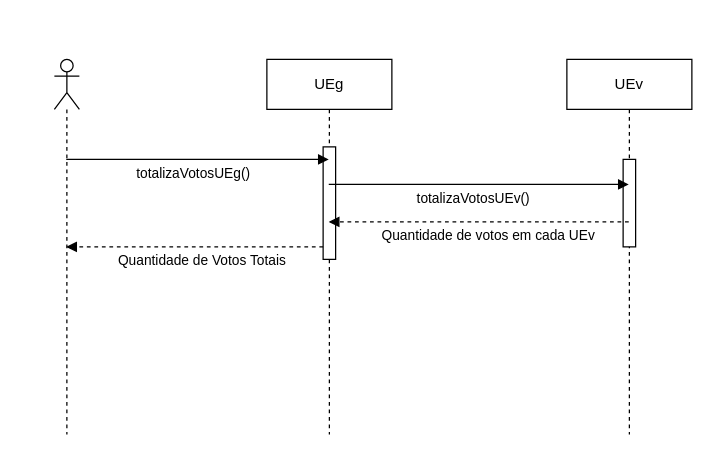
Earlier version of the draw.io diagram Lab03- Diagrama de Sequencias/Divulgar_Resultado.drawio (HenriqueFinatti/Modelagem-De-Software-Orientado-a-Objetos). Source tidied: cells renumbered, new cells numbered last; positions are measured from the earlier drawing's top-left corner, leaving out a move shared by most shapes. Both pictures are drawn from the tidied source at 125%, with x=0, y=0 at pixel (54, 59).
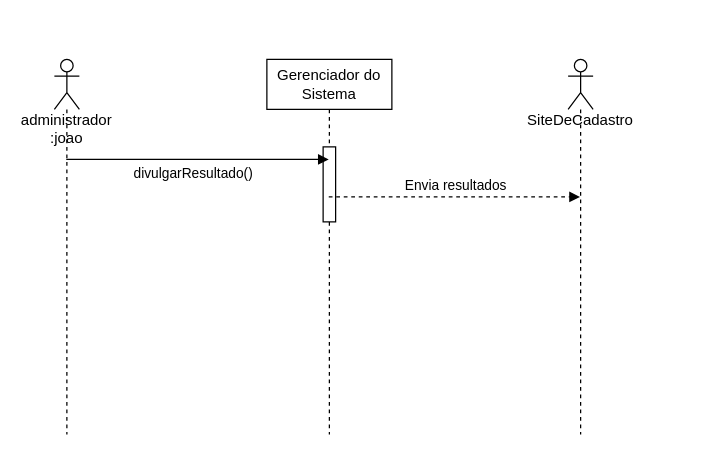
The same diagram, later.

Diff of the diagram source:
```diff
@@
 <mxGraphModel>
   <root>
     <mxCell id="0" />
     <mxCell id="1" parent="0" />
-    <mxCell id="2" value="&lt;div&gt;&lt;br&gt;&lt;/div&gt;" style="shape=umlLifeline;perimeter=lifelinePerimeter;whiteSpace=wrap;html=1;outlineConnect=0;portConstraint=eastwest;newEdgeStyle={&quot;curved&quot;:0,&quot;rounded&quot;:0};participant=umlActor;size=40;" parent="1" vertex="1">
+    <mxCell id="2" value="&lt;div&gt;&lt;br&gt;&lt;/div&gt;&lt;div&gt;&lt;br&gt;&lt;/div&gt;&lt;div&gt;&lt;br&gt;&lt;/div&gt;&lt;div&gt;&lt;span style=&quot;background-color: transparent; color: light-dark(rgb(0, 0, 0), rgb(255, 255, 255));&quot;&gt;&lt;br&gt;&lt;/span&gt;&lt;/div&gt;&lt;div&gt;&lt;span style=&quot;background-color: transparent; color: light-dark(rgb(0, 0, 0), rgb(255, 255, 255));&quot;&gt;&lt;br&gt;&lt;/span&gt;&lt;/div&gt;&lt;div&gt;&lt;span style=&quot;background-color: transparent; color: light-dark(rgb(0, 0, 0), rgb(255, 255, 255));&quot;&gt;administrador :joao&lt;/span&gt;&lt;/div&gt;" style="shape=umlLifeline;perimeter=lifelinePerimeter;whiteSpace=wrap;html=1;outlineConnect=0;portConstraint=eastwest;newEdgeStyle={&quot;curved&quot;:0,&quot;rounded&quot;:0};participant=umlActor;size=40;" parent="1" vertex="1">
       <mxGeometry width="20" height="300" as="geometry" />
     </mxCell>
-    <mxCell id="3" value="UEg" style="shape=umlLifeline;perimeter=lifelinePerimeter;whiteSpace=wrap;html=1;outlineConnect=0;portConstraint=eastwest;newEdgeStyle={&quot;curved&quot;:0,&quot;rounded&quot;:0};" parent="1" vertex="1">
+    <mxCell id="3" value="Gerenciador do Sistema" style="shape=umlLifeline;perimeter=lifelinePerimeter;whiteSpace=wrap;html=1;outlineConnect=0;portConstraint=eastwest;newEdgeStyle={&quot;curved&quot;:0,&quot;rounded&quot;:0};" parent="1" vertex="1">
       <mxGeometry x="170" width="100" height="300" as="geometry" />
     </mxCell>
     <mxCell id="4" style="html=1;points=[[0,0,0,0,5],[0,1,0,0,-5],[1,0,0,0,5],[1,1,0,0,-5]];perimeter=orthogonalPerimeter;outlineConnect=0;targetShapes=umlLifeline;portConstraint=eastwest;newEdgeStyle={&quot;curved&quot;:0,&quot;rounded&quot;:0};" parent="3" vertex="1">
-      <mxGeometry x="45" y="70" width="10" height="90" as="geometry" />
+      <mxGeometry x="45" y="70" width="10" height="60" as="geometry" />
     </mxCell>
-    <mxCell id="5" value="UEv" style="shape=umlLifeline;perimeter=lifelinePerimeter;whiteSpace=wrap;html=1;outlineConnect=0;portConstraint=eastwest;newEdgeStyle={&quot;curved&quot;:0,&quot;rounded&quot;:0};" parent="1" vertex="1">
-      <mxGeometry x="410" width="100" height="300" as="geometry" />
-    </mxCell>
-    <mxCell id="6" style="html=1;perimeter=orthogonalPerimeter;targetShapes=umlLifeline;newEdgeStyle={&quot;curved&quot;:0,&quot;rounded&quot;:0};" parent="5" vertex="1">
-      <mxGeometry x="45" y="80" width="10" height="70" as="geometry" />
-    </mxCell>
-    <mxCell id="7" value="totalizaVotosUEg()" style="html=1;verticalAlign=bottom;endArrow=block;curved=0;rounded=0;" parent="1" edge="1" source="2" target="3">
-      <mxGeometry x="-0.05" y="-20" relative="1" as="geometry">
+    <mxCell id="7" value="divulgarResultado()" style="html=1;verticalAlign=bottom;endArrow=block;curved=0;rounded=0;" parent="1" edge="1" source="2" target="3">
+      <mxGeometry x="-0.04" y="-20" relative="1" as="geometry">
         <Array as="points">
           <mxPoint x="110" y="80" />
         </Array>
-        <mxPoint x="1" as="offset" />
       </mxGeometry>
     </mxCell>
-    <mxCell id="8" value="totalizaVotosUEv()" style="html=1;verticalAlign=bottom;endArrow=block;curved=0;rounded=0;" parent="1" edge="1" source="3" target="5">
-      <mxGeometry x="-0.05" y="-20" relative="1" as="geometry">
-        <Array as="points">
-          <mxPoint x="320" y="100" />
-        </Array>
-        <mxPoint x="1" as="offset" />
-      </mxGeometry>
-    </mxCell>
-    <mxCell id="9" value="Quantidade de votos em cada UEv" style="html=1;verticalAlign=bottom;endArrow=block;curved=0;rounded=0;dashed=1;" parent="1" edge="1" source="5" target="3">
-      <mxGeometry x="-0.06" y="20" relative="1" as="geometry">
-        <Array as="points">
-          <mxPoint x="320" y="130" />
-        </Array>
-      </mxGeometry>
-    </mxCell>
-    <mxCell id="10" value="Quantidade de Votos Totais" style="html=1;verticalAlign=bottom;endArrow=block;curved=0;rounded=0;dashed=1;" parent="1" edge="1" source="4" target="2">
-      <mxGeometry x="-0.05" y="20" relative="1" as="geometry">
-        <Array as="points">
-          <mxPoint x="40" y="150" />
-        </Array>
-        <mxPoint x="1" as="offset" />
-      </mxGeometry>
-    </mxCell>
+    <mxCell id="11" value="&lt;div&gt;&lt;br&gt;&lt;/div&gt;&lt;div&gt;&lt;br&gt;&lt;/div&gt;&lt;div&gt;&lt;br&gt;&lt;/div&gt;&lt;div&gt;&lt;br&gt;&lt;/div&gt;SiteDeCadastro" style="shape=umlLifeline;perimeter=lifelinePerimeter;whiteSpace=wrap;html=1;outlineConnect=0;portConstraint=eastwest;newEdgeStyle={&quot;curved&quot;:0,&quot;rounded&quot;:0};participant=umlActor;" parent="1" vertex="1">
+      <mxGeometry x="411" width="20" height="300" as="geometry" />
+    </mxCell>
+    <mxCell id="12" value="Envia resultados" style="html=1;verticalAlign=bottom;endArrow=block;curved=0;rounded=0;dashed=1;" parent="1" edge="1" source="3" target="11">
+      <mxGeometry relative="1" as="geometry">
+        <Array as="points">
+          <mxPoint x="321" y="110" />
+        </Array>
+      </mxGeometry>
+    </mxCell>
   </root>
 </mxGraphModel>
```
